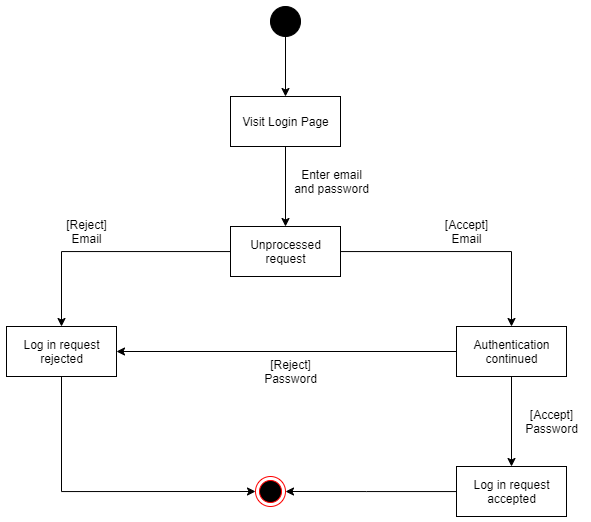
Earlier version of the draw.io export diagrams/Logical/State/Login.png (faisal2754/Web-Data-Labelling). Source tidied: cells renumbered, new cells last; positions are measured from the earlier drawing's top-left corner, leaving out a move shared by most shapes.
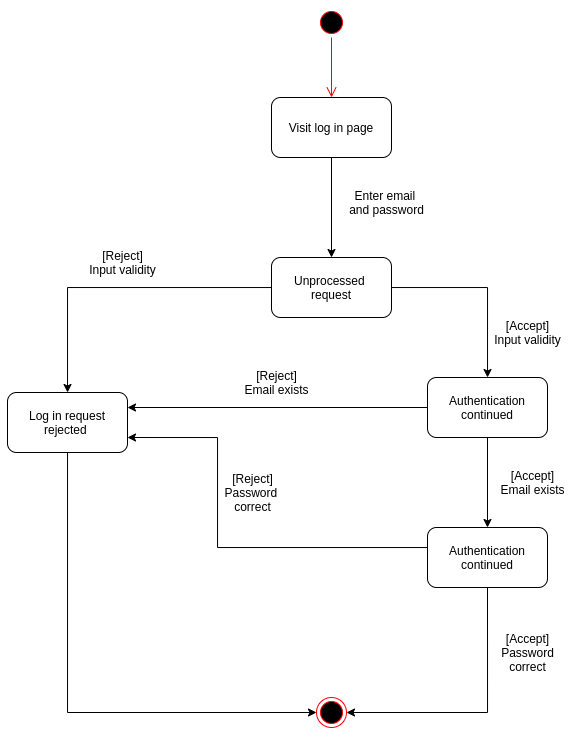
Above is the later version.

What changed in the source:
```diff
@@ -2,74 +2,89 @@
   <root>
     <mxCell id="0" />
     <mxCell id="1" parent="0" />
-    <mxCell id="2" style="edgeStyle=orthogonalEdgeStyle;rounded=0;jettySize=auto;html=1;entryX=0.5;entryY=0;entryDx=0;entryDy=0;" parent="1" edge="1" source="3" target="5">
-      <mxGeometry relative="1" as="geometry" />
-    </mxCell>
-    <mxCell id="3" style="ellipse;whiteSpace=wrap;html=1;fillColor=#000000;" parent="1" vertex="1">
-      <mxGeometry x="264" width="30" height="30" as="geometry" />
-    </mxCell>
-    <mxCell id="4" style="edgeStyle=orthogonalEdgeStyle;rounded=0;jettySize=auto;html=1;entryX=0.5;entryY=0;entryDx=0;entryDy=0;" parent="1" edge="1" source="5" target="8">
-      <mxGeometry relative="1" as="geometry" />
-    </mxCell>
-    <mxCell id="5" value="Visit Login Page" style="html=1;fillColor=#FFFFFF;" parent="1" vertex="1">
-      <mxGeometry x="224" y="90" width="110" height="50" as="geometry" />
-    </mxCell>
+    <mxCell id="22" style="ellipse;html=1;shape=startState;fillColor=#000000;strokeColor=#ff0000;rounded=1;" parent="1" vertex="1">
+      <mxGeometry x="269" y="-10" width="30" height="30" as="geometry" />
+    </mxCell>
+    <mxCell id="23" style="edgeStyle=orthogonalEdgeStyle;html=1;verticalAlign=bottom;endArrow=open;endSize=8;strokeColor=#ff0000;" parent="1" edge="1" source="22">
+      <mxGeometry relative="1" as="geometry">
+        <mxPoint x="284" y="80" as="targetPoint" />
+      </mxGeometry>
+    </mxCell>
+    <mxCell id="24" style="edgeStyle=orthogonalEdgeStyle;rounded=0;jettySize=auto;html=1;entryX=0.5;entryY=0;entryDx=0;entryDy=0;endArrow=classic;endFill=1;" parent="1" edge="1" source="25" target="8">
+      <mxGeometry relative="1" as="geometry" />
+    </mxCell>
+    <mxCell id="25" value="Visit log in page" style="rounded=1;whiteSpace=wrap;html=1;" parent="1" vertex="1">
+      <mxGeometry x="224" y="80" width="120" height="60" as="geometry" />
+    </mxCell>
-    <mxCell id="6" style="edgeStyle=orthogonalEdgeStyle;rounded=0;jettySize=auto;html=1;entryX=0.5;entryY=0;entryDx=0;entryDy=0;endSize=6;" parent="1" edge="1" source="8" target="13">
+    <mxCell id="6" style="edgeStyle=orthogonalEdgeStyle;rounded=0;jettySize=auto;html=1;endArrow=classic;endFill=1;" parent="1" edge="1" source="8" target="13">
       <mxGeometry relative="1" as="geometry" />
     </mxCell>
-    <mxCell id="7" style="edgeStyle=orthogonalEdgeStyle;rounded=0;jettySize=auto;html=1;entryX=0.5;entryY=0;entryDx=0;entryDy=0;endSize=6;" parent="1" edge="1" source="8" target="17">
-      <mxGeometry relative="1" as="geometry" />
-    </mxCell>
+    <mxCell id="26" style="edgeStyle=orthogonalEdgeStyle;rounded=0;jettySize=auto;html=1;endArrow=classic;endFill=1;" parent="1" edge="1" source="8" target="31">
+      <mxGeometry relative="1" as="geometry" />
+    </mxCell>
-    <mxCell id="8" value="Unprocessed&lt;br&gt;request" style="html=1;fillColor=#FFFFFF;" parent="1" vertex="1">
-      <mxGeometry x="224" y="220" width="110" height="50" as="geometry" />
+    <mxCell id="8" value="Unprocessed &lt;br&gt;request" style="rounded=1;whiteSpace=wrap;html=1;" parent="1" vertex="1">
+      <mxGeometry x="224" y="240" width="120" height="60" as="geometry" />
     </mxCell>
-    <mxCell id="9" value="Enter email&lt;br&gt;and password" style="text;html=1;align=center;verticalAlign=middle;strokeColor=none;" parent="1" vertex="1">
-      <mxGeometry x="280" y="160" width="90" height="30" as="geometry" />
+    <mxCell id="9" value="Enter email &lt;br&gt;and password" style="text;html=1;align=center;verticalAlign=middle;strokeColor=none;" parent="1" vertex="1">
+      <mxGeometry x="294" y="170" width="90" height="30" as="geometry" />
     </mxCell>
-    <mxCell id="10" value="[Accept]&lt;br&gt;Email" style="text;html=1;align=center;verticalAlign=middle;strokeColor=none;" parent="1" vertex="1">
-      <mxGeometry x="430" y="210" width="60" height="30" as="geometry" />
-    </mxCell>
-    <mxCell id="11" value="[Reject]&lt;br&gt;Email" style="text;html=1;align=center;verticalAlign=middle;strokeColor=none;" parent="1" vertex="1">
-      <mxGeometry x="50" y="210" width="60" height="30" as="geometry" />
-    </mxCell>
-    <mxCell id="12" style="edgeStyle=orthogonalEdgeStyle;rounded=0;jettySize=auto;html=1;entryX=0;entryY=0.5;entryDx=0;entryDy=0;endSize=6;" parent="1" edge="1" source="13" target="14">
-      <mxGeometry relative="1" as="geometry">
-        <Array as="points">
-          <mxPoint x="55" y="485" />
-        </Array>
-      </mxGeometry>
-    </mxCell>
+    <mxCell id="27" style="edgeStyle=orthogonalEdgeStyle;rounded=0;jettySize=auto;html=1;entryX=0;entryY=0.5;entryDx=0;entryDy=0;endArrow=classic;endFill=1;" parent="1" edge="1" source="13" target="40">
+      <mxGeometry relative="1" as="geometry">
+        <Array as="points">
+          <mxPoint x="20" y="695" />
+        </Array>
+      </mxGeometry>
+    </mxCell>
-    <mxCell id="13" value="Log in request&lt;br&gt;rejected" style="html=1;fillColor=#FFFFFF;" parent="1" vertex="1">
-      <mxGeometry y="320" width="110" height="50" as="geometry" />
+    <mxCell id="13" value="Log in request&lt;br&gt;rejected&amp;nbsp;" style="rounded=1;whiteSpace=wrap;html=1;" parent="1" vertex="1">
+      <mxGeometry x="-40" y="375" width="120" height="60" as="geometry" />
     </mxCell>
-    <mxCell id="14" style="ellipse;html=1;shape=endState;fillColor=#000000;strokeColor=#ff0000;" parent="1" vertex="1">
-      <mxGeometry x="249" y="470" width="30" height="30" as="geometry" />
-    </mxCell>
-    <mxCell id="15" style="edgeStyle=orthogonalEdgeStyle;rounded=0;jettySize=auto;html=1;entryX=1;entryY=0.5;entryDx=0;entryDy=0;endSize=6;" parent="1" edge="1" source="17" target="13">
-      <mxGeometry relative="1" as="geometry" />
-    </mxCell>
-    <mxCell id="16" style="edgeStyle=orthogonalEdgeStyle;rounded=0;jettySize=auto;html=1;entryX=0.5;entryY=0;entryDx=0;entryDy=0;endSize=6;" parent="1" edge="1" source="17" target="20">
-      <mxGeometry relative="1" as="geometry" />
-    </mxCell>
-    <mxCell id="17" value="Authentication&lt;br&gt;continued" style="html=1;fillColor=#FFFFFF;" parent="1" vertex="1">
-      <mxGeometry x="450" y="320" width="110" height="50" as="geometry" />
-    </mxCell>
-    <mxCell id="18" value="[Reject]&lt;br&gt;Password" style="text;html=1;align=center;verticalAlign=middle;strokeColor=none;" parent="1" vertex="1">
-      <mxGeometry x="249" y="350" width="70" height="30" as="geometry" />
-    </mxCell>
-    <mxCell id="19" style="edgeStyle=orthogonalEdgeStyle;rounded=0;jettySize=auto;html=1;entryX=1;entryY=0.5;entryDx=0;entryDy=0;endSize=6;" parent="1" edge="1" source="20" target="14">
-      <mxGeometry relative="1" as="geometry">
-        <Array as="points">
-          <mxPoint x="360" y="485" />
-          <mxPoint x="360" y="485" />
-        </Array>
-      </mxGeometry>
-    </mxCell>
-    <mxCell id="20" value="Log in request&lt;br&gt;accepted" style="html=1;fillColor=#FFFFFF;" parent="1" vertex="1">
-      <mxGeometry x="450" y="460" width="110" height="50" as="geometry" />
-    </mxCell>
-    <mxCell id="21" value="[Accept]&lt;br&gt;Password" style="text;html=1;align=center;verticalAlign=middle;strokeColor=none;" parent="1" vertex="1">
-      <mxGeometry x="510" y="400" width="70" height="30" as="geometry" />
-    </mxCell>
+    <mxCell id="28" value="[Reject]&lt;br&gt;Input validity" style="text;html=1;align=center;verticalAlign=middle;strokeColor=none;" parent="1" vertex="1">
+      <mxGeometry x="35" y="230" width="80" height="30" as="geometry" />
+    </mxCell>
+    <mxCell id="29" style="edgeStyle=orthogonalEdgeStyle;rounded=0;jettySize=auto;html=1;endArrow=classic;endFill=1;entryX=1;entryY=0.25;entryDx=0;entryDy=0;" parent="1" edge="1" source="31" target="13">
+      <mxGeometry relative="1" as="geometry" />
+    </mxCell>
+    <mxCell id="30" style="edgeStyle=orthogonalEdgeStyle;rounded=0;jettySize=auto;html=1;endArrow=classic;endFill=1;" parent="1" edge="1" source="31" target="36">
+      <mxGeometry relative="1" as="geometry" />
+    </mxCell>
+    <mxCell id="31" value="Authentication continued" style="rounded=1;whiteSpace=wrap;html=1;" parent="1" vertex="1">
+      <mxGeometry x="380" y="360" width="120" height="60" as="geometry" />
+    </mxCell>
+    <mxCell id="32" value="[Accept]&lt;br&gt;Input validity" style="text;html=1;align=center;verticalAlign=middle;strokeColor=none;" parent="1" vertex="1">
+      <mxGeometry x="440" y="300" width="80" height="30" as="geometry" />
+    </mxCell>
+    <mxCell id="33" value="[Reject]&lt;br&gt;Email exists" style="text;html=1;align=center;verticalAlign=middle;strokeColor=none;" parent="1" vertex="1">
+      <mxGeometry x="189" y="350" width="80" height="30" as="geometry" />
+    </mxCell>
+    <mxCell id="34" style="edgeStyle=orthogonalEdgeStyle;rounded=0;jettySize=auto;html=1;endArrow=classic;endFill=1;entryX=1;entryY=0.75;entryDx=0;entryDy=0;" parent="1" edge="1" source="36" target="13">
+      <mxGeometry relative="1" as="geometry">
+        <Array as="points">
+          <mxPoint x="170" y="530" />
+          <mxPoint x="170" y="420" />
+        </Array>
+      </mxGeometry>
+    </mxCell>
+    <mxCell id="35" style="edgeStyle=orthogonalEdgeStyle;rounded=0;jettySize=auto;html=1;entryX=1;entryY=0.5;entryDx=0;entryDy=0;endArrow=classic;endFill=1;exitX=0.5;exitY=1;exitDx=0;exitDy=0;" parent="1" edge="1" source="36" target="40">
+      <mxGeometry relative="1" as="geometry">
+        <Array as="points">
+          <mxPoint x="440" y="695" />
+        </Array>
+      </mxGeometry>
+    </mxCell>
+    <mxCell id="36" value="Authentication continued" style="rounded=1;whiteSpace=wrap;html=1;" parent="1" vertex="1">
+      <mxGeometry x="380" y="510" width="120" height="60" as="geometry" />
+    </mxCell>
+    <mxCell id="37" value="[Accept]&lt;br&gt;Email exists" style="text;html=1;align=center;verticalAlign=middle;strokeColor=none;" parent="1" vertex="1">
+      <mxGeometry x="445" y="450" width="80" height="30" as="geometry" />
+    </mxCell>
+    <mxCell id="38" value="[Reject]&lt;br&gt;Password &lt;br&gt;correct" style="text;html=1;align=center;verticalAlign=middle;strokeColor=none;" parent="1" vertex="1">
+      <mxGeometry x="170" y="450" width="70" height="50" as="geometry" />
+    </mxCell>
+    <mxCell id="39" value="[Accept]&lt;br&gt;Password&lt;br&gt;correct" style="text;html=1;align=center;verticalAlign=middle;strokeColor=none;" parent="1" vertex="1">
+      <mxGeometry x="445" y="610" width="70" height="50" as="geometry" />
+    </mxCell>
+    <mxCell id="40" style="ellipse;html=1;shape=endState;fillColor=#000000;strokeColor=#ff0000;rounded=1;" parent="1" vertex="1">
+      <mxGeometry x="269" y="680" width="30" height="30" as="geometry" />
+    </mxCell>
   </root>
 </mxGraphModel>
```
